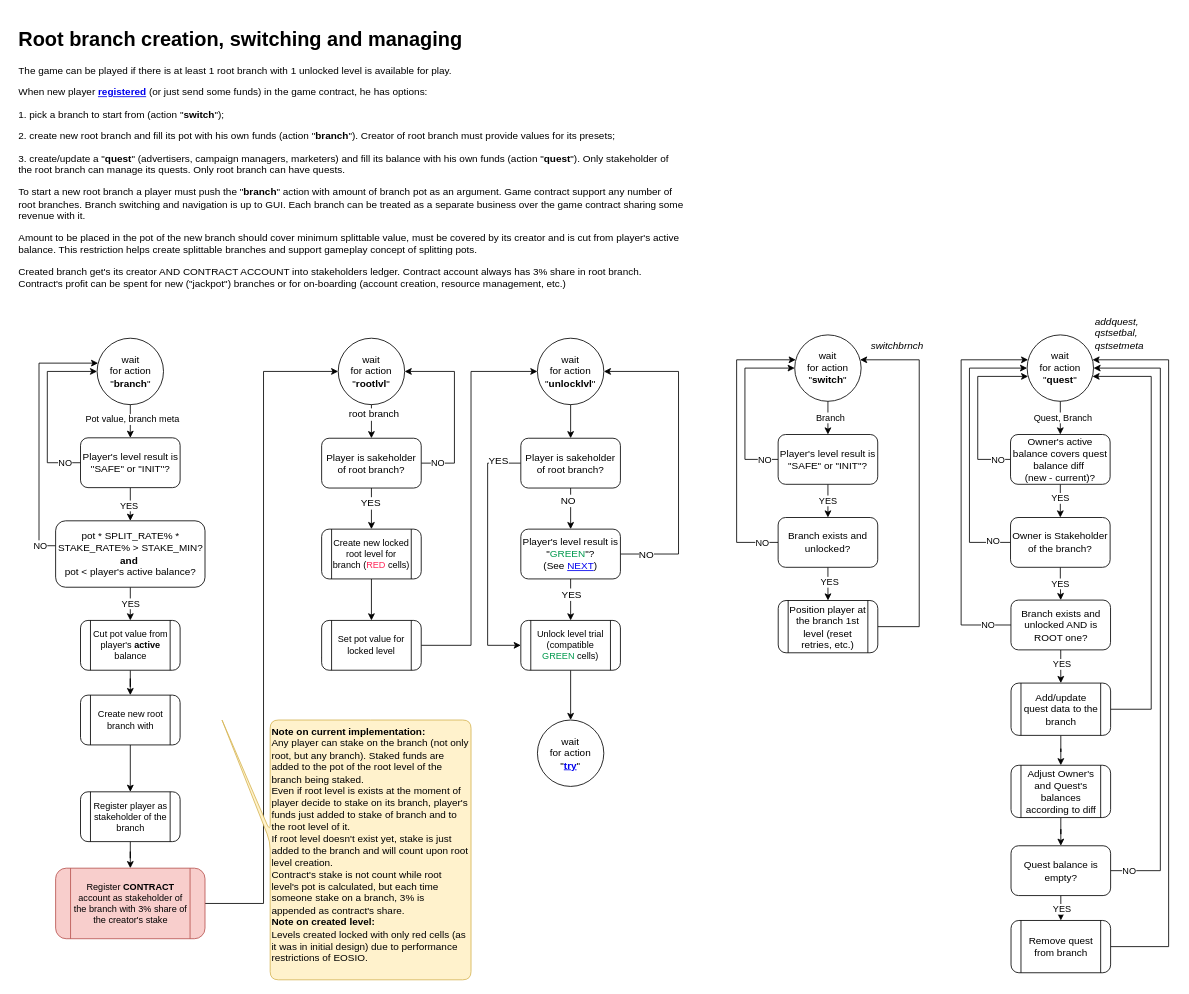
Above: page "branch" (4 of 14) of ia/WOFFLER IA.drawio in cptn-solo/woffler_contract (draw.io), before the change. Source tidied: cells renumbered, new cells numbered last; positions are measured from the earlier drawing's top-left corner, leaving out a move shared by most shapes. Both pictures are drawn from the tidied source at 83%, with x=0, y=0 at pixel (14, 22).
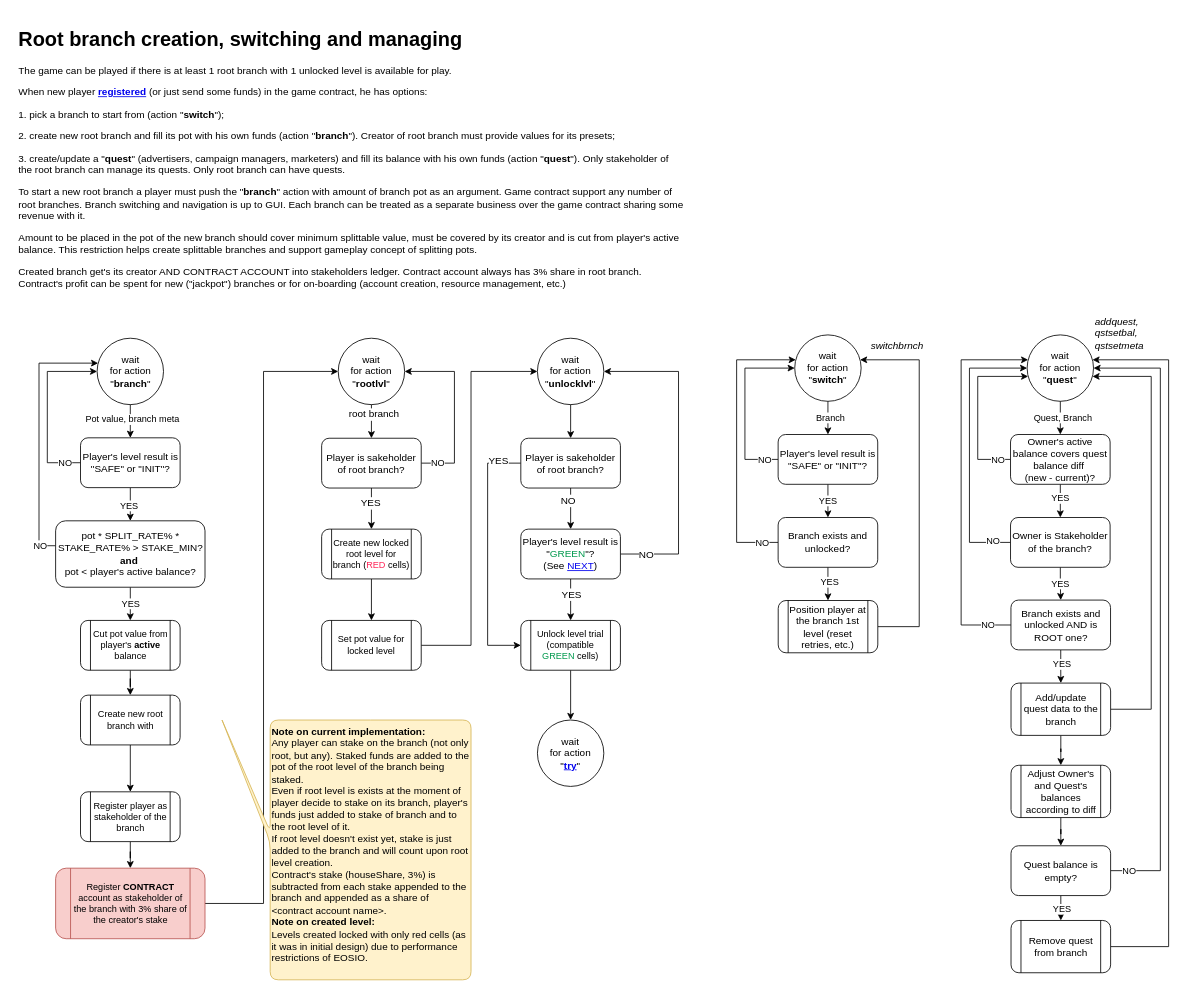
After the change.

Diff of the diagram source:
```diff
@@
-    <mxCell id="70" value="&lt;b&gt;Note on current implementation:&lt;br&gt;&lt;/b&gt;Any player can stake on the branch (not only root, but any branch). Staked funds are added to the pot of the root level of the branch being staked.&lt;br&gt;Even if root level is exists at the moment of player decide to stake on its branch, player's funds just added to stake of branch and to the root level of it.&lt;br&gt;If root level doesn't exist yet, stake is just added to the branch and will count upon root level creation.&lt;br&gt;Contract's stake is not count while root level's pot is calculated, but each time someone stake on a branch, 3% is appended as contract's share.&lt;br&gt;&lt;b&gt;Note on created level:&lt;/b&gt;&lt;br&gt;Levels created locked with only red cells (as it was in initial design) due to performance restrictions of EOSIO.&lt;br&gt;" style="shape=callout;whiteSpace=wrap;html=1;perimeter=calloutPerimeter;direction=south;size=58;position=0.43;position2=0;align=left;verticalAlign=top;fillColor=#fff2cc;strokeColor=#d6b656;rounded=1;base=12;" parent="1" vertex="1">
+    <mxCell id="70" value="&lt;b&gt;Note on current implementation:&lt;br&gt;&lt;/b&gt;Any player can stake on the branch (not only root, but any). Staked funds are added to the pot of the root level of the branch being staked.&lt;br&gt;Even if root level is exists at the moment of player decide to stake on its branch, player's funds just added to stake of branch and to the root level of it.&lt;br&gt;If root level doesn't exist yet, stake is just added to the branch and will count upon root level creation.&lt;br&gt;Contract's stake (&lt;span&gt;houseShare, 3%&lt;/span&gt;&lt;span&gt;) is subtracted from each stake appended to the branch and appended as a share of &amp;lt;contract account name&amp;gt;.&lt;/span&gt;&lt;br&gt;&lt;b&gt;Note on created level:&lt;/b&gt;&lt;br&gt;Levels created locked with only red cells (as it was in initial design) due to performance restrictions of EOSIO.&lt;br&gt;" style="shape=callout;whiteSpace=wrap;html=1;perimeter=calloutPerimeter;direction=south;size=58;position=0.43;position2=0;align=left;verticalAlign=top;fillColor=#fff2cc;strokeColor=#d6b656;rounded=1;base=12;" parent="1" vertex="1">
       <mxGeometry x="250" y="840" width="300" height="313" as="geometry" />
     </mxCell>
```
